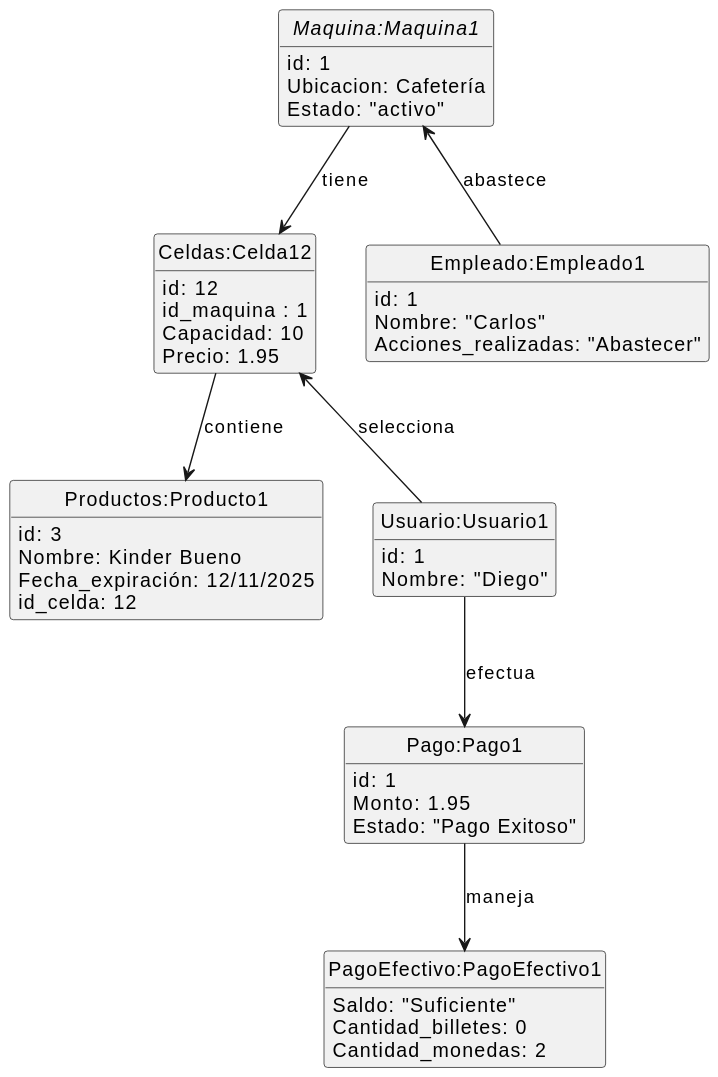
This is documentos/modeloDeDominio/diagramaDeObjetos/diagramaDeObjetos.svg from mmasias/24-25-IdSw2-SDD, a PlantUML export, as it was before one commit.
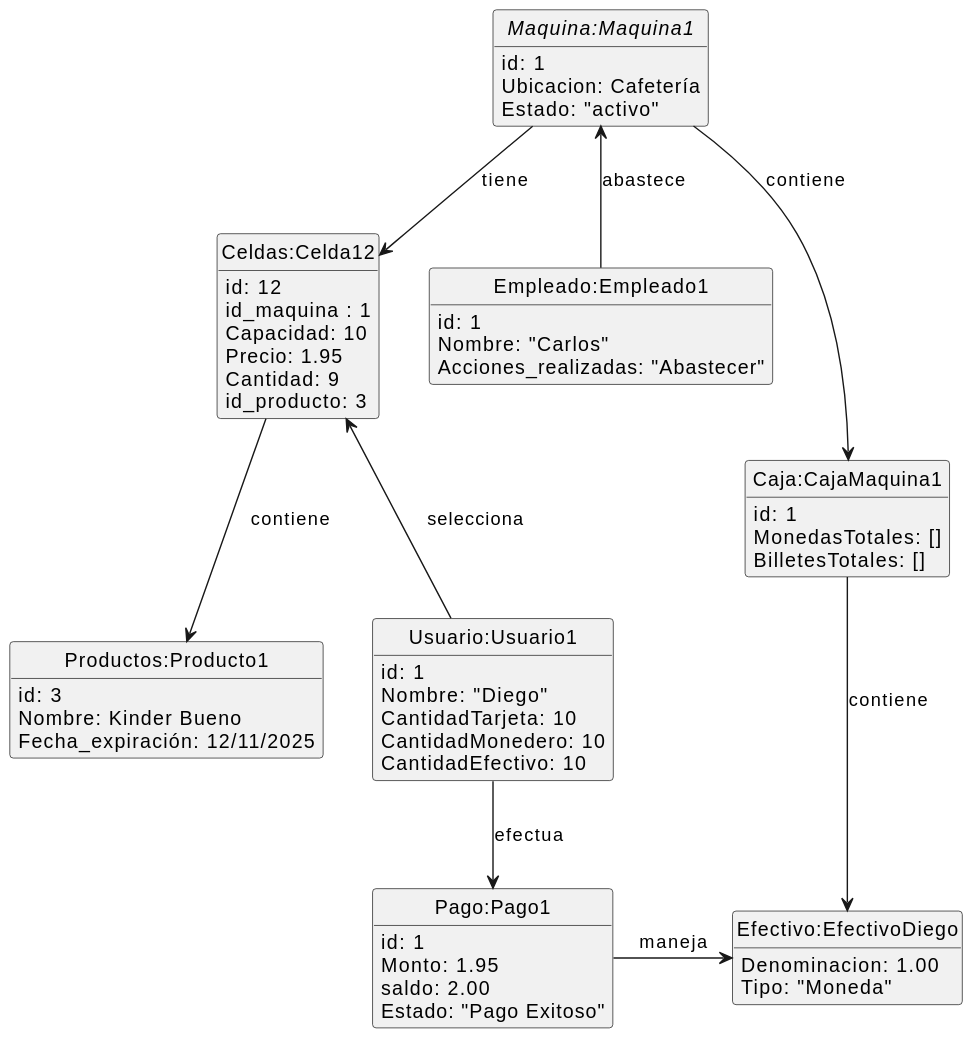
After the commit.

Commit message:
Update object diagram to reflect new attributes and relationships

- Added attributes 'Cantidad' and 'id_producto' to class 'Celdas:Celda12'.
- Introduced new attributes 'CantidadTarjeta', 'CantidadMonedero', and 'CantidadEfectivo' to class 'Usuario:Usuario1'.
- Added 'saldo' attribute to class 'Pago:Pago1'.
- Created new class 'Caja:CajaMaquina1' with attributes for total coins and bills.
- Added new class 'Efectivo:EfectivoDiego' with attributes for denomination and type.
- Updated relationships to reflect new classes and attributes.

Change to the diagram source:
```diff
@@ -12,25 +12,30 @@
     id_maquina : 1
     Capacidad: 10
     Precio: 1.95
+    Cantidad: 9
+    id_producto: 3
 }
 
 class "Productos:Producto1"{
     id: 3
     Nombre: Kinder Bueno
     Fecha_expiración: 12/11/2025
-    id_celda: 12
 }
 
 
 class "Usuario:Usuario1"{
     id: 1
     Nombre: "Diego"
+    CantidadTarjeta: 10
+    CantidadMonedero: 10
+    CantidadEfectivo: 10
 }
 
 
 class "Pago:Pago1"{
     id: 1
     Monto: 1.95
+    saldo: 2.00
     Estado: "Pago Exitoso"
 }
 
@@ -41,12 +46,16 @@
 
 }
 
-class "PagoEfectivo:PagoEfectivo1"{
-    Saldo: "Suficiente"
-    Cantidad_billetes: 0
-    Cantidad_monedas: 2
+class "Caja:CajaMaquina1"{
+    id: 1
+    MonedasTotales: []
+    BilletesTotales: []
 }
 
+class "Efectivo:EfectivoDiego"{
+    Denominacion: 1.00
+    Tipo: "Moneda"
+}
 
 
 
@@ -55,5 +64,7 @@
 "Usuario:Usuario1" -U-> "Celdas:Celda12" : selecciona
 "Usuario:Usuario1" --> "Pago:Pago1" : efectua
 "Empleado:Empleado1" -U-> "Maquina:Maquina1" : abastece
-"Pago:Pago1" -D-> "PagoEfectivo:PagoEfectivo1" : maneja
+"Pago:Pago1" -R-> "Efectivo:EfectivoDiego" : maneja
+"Maquina:Maquina1" --> "Caja:CajaMaquina1" : contiene
+"Caja:CajaMaquina1" --> "Efectivo:EfectivoDiego" : contiene
 @enduml
```
